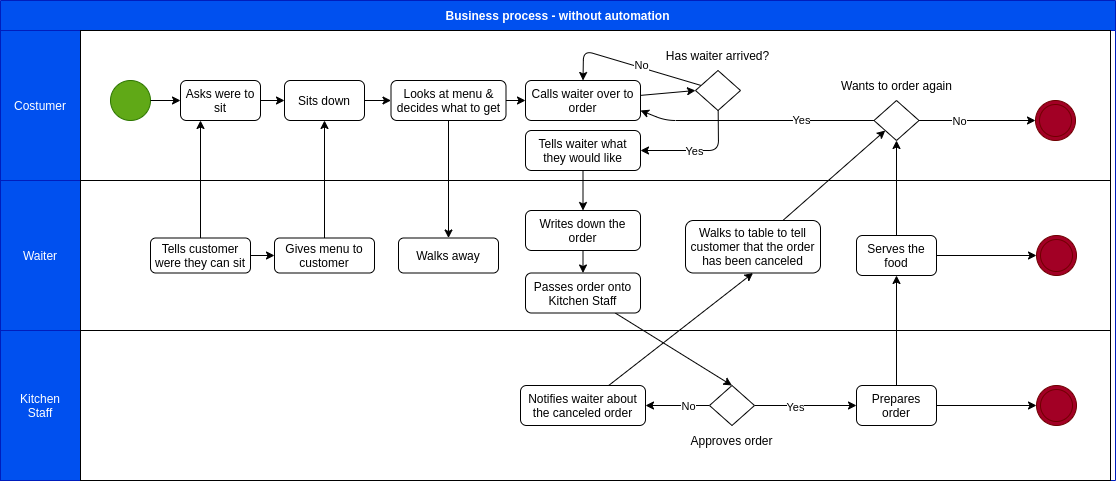
The draw.io diagram assets/business-process-without.png in FHICT-S-Koen/portfolio, before a commit. Source tidied: cells renumbered, new cells last; positions are measured from the earlier drawing's top-left corner, leaving out a move shared by most shapes. Source of this version:
```xml
<mxGraphModel>
  <root>
    <mxCell id="0" />
    <mxCell id="1" parent="0" />
    <mxCell id="2" value="Business process - without automation" style="swimlane;startSize=30;fillColor=#0050ef;fontColor=#ffffff;strokeColor=#001DBC;" parent="1" vertex="1">
      <mxGeometry width="1115" height="480" as="geometry" />
    </mxCell>
    <mxCell id="3" value="Costumer" style="rounded=0;whiteSpace=wrap;html=1;fillColor=#0050ef;fontColor=#ffffff;strokeColor=#001DBC;" parent="2" vertex="1">
      <mxGeometry y="30" width="80" height="150" as="geometry" />
    </mxCell>
    <mxCell id="4" value="Waiter" style="rounded=0;whiteSpace=wrap;html=1;fillColor=#0050ef;fontColor=#ffffff;strokeColor=#001DBC;" parent="2" vertex="1">
      <mxGeometry y="180" width="80" height="150" as="geometry" />
    </mxCell>
    <mxCell id="5" value="Kitchen&lt;br&gt;Staff" style="rounded=0;whiteSpace=wrap;html=1;fillColor=#0050ef;fontColor=#ffffff;strokeColor=#001DBC;" parent="2" vertex="1">
      <mxGeometry y="330" width="80" height="150" as="geometry" />
    </mxCell>
    <mxCell id="6" style="rounded=0;whiteSpace=wrap;html=1;" parent="2" vertex="1">
      <mxGeometry x="80" y="30" width="1030" height="150" as="geometry" />
    </mxCell>
    <mxCell id="7" style="ellipse;whiteSpace=wrap;html=1;fillColor=#60a917;fontColor=#ffffff;strokeColor=#2D7600;" parent="2" vertex="1">
      <mxGeometry x="110" y="80" width="40" height="40" as="geometry" />
    </mxCell>
    <mxCell id="8" style="edgeStyle=none;html=1;entryX=0;entryY=0.5;entryDx=0;entryDy=0;" parent="2" edge="1" source="9" target="12">
      <mxGeometry relative="1" as="geometry" />
    </mxCell>
    <mxCell id="9" value="Asks were to sit" style="rounded=1;whiteSpace=wrap;html=1;" parent="2" vertex="1">
      <mxGeometry x="180" y="80" width="80" height="40" as="geometry" />
    </mxCell>
    <mxCell id="10" style="edgeStyle=none;html=1;entryX=0;entryY=0.5;entryDx=0;entryDy=0;" parent="2" edge="1" source="7" target="9">
      <mxGeometry relative="1" as="geometry" />
    </mxCell>
    <mxCell id="11" style="edgeStyle=none;html=1;" parent="2" edge="1" source="12" target="41">
      <mxGeometry relative="1" as="geometry" />
    </mxCell>
    <mxCell id="12" value="Sits down" style="rounded=1;whiteSpace=wrap;html=1;" parent="2" vertex="1">
      <mxGeometry x="284" y="80" width="80" height="40" as="geometry" />
    </mxCell>
    <mxCell id="13" style="rounded=0;whiteSpace=wrap;html=1;" parent="2" vertex="1">
      <mxGeometry x="80" y="180" width="1030" height="150" as="geometry" />
    </mxCell>
    <mxCell id="14" style="rounded=0;whiteSpace=wrap;html=1;" parent="2" vertex="1">
      <mxGeometry x="80" y="330" width="1030" height="150" as="geometry" />
    </mxCell>
    <mxCell id="15" style="edgeStyle=none;html=1;entryX=0;entryY=0.5;entryDx=0;entryDy=0;" parent="2" edge="1" source="19" target="21">
      <mxGeometry relative="1" as="geometry" />
    </mxCell>
    <mxCell id="16" value="No" style="edgeLabel;html=1;align=center;verticalAlign=middle;" parent="15" vertex="1">
      <mxGeometry x="-0.31" relative="1" as="geometry" />
    </mxCell>
    <mxCell id="17" style="edgeStyle=none;html=1;entryX=1;entryY=0.75;entryDx=0;entryDy=0;" parent="2" edge="1" source="19" target="46">
      <mxGeometry relative="1" as="geometry">
        <Array as="points">
          <mxPoint x="665" y="120" />
        </Array>
      </mxGeometry>
    </mxCell>
    <mxCell id="18" value="Yes" style="edgeLabel;html=1;align=center;verticalAlign=middle;" parent="17" vertex="1">
      <mxGeometry x="-0.38" y="-1" relative="1" as="geometry" />
    </mxCell>
    <mxCell id="19" style="rhombus;whiteSpace=wrap;html=1;" parent="2" vertex="1">
      <mxGeometry x="873.5" y="100" width="45" height="40" as="geometry" />
    </mxCell>
    <mxCell id="20" value="Wants to order again" style="text;html=1;strokeColor=none;fillColor=none;align=center;verticalAlign=middle;whiteSpace=wrap;rounded=0;" parent="2" vertex="1">
      <mxGeometry x="839.8" y="70" width="112.5" height="30" as="geometry" />
    </mxCell>
    <mxCell id="21" style="ellipse;shape=doubleEllipse;whiteSpace=wrap;html=1;fillColor=#a20025;fontColor=#ffffff;strokeColor=#6F0000;" parent="2" vertex="1">
      <mxGeometry x="1035" y="100" width="40" height="40" as="geometry" />
    </mxCell>
    <mxCell id="22" style="edgeStyle=none;html=1;" parent="2" edge="1" source="26" target="32">
      <mxGeometry relative="1" as="geometry" />
    </mxCell>
    <mxCell id="23" value="Yes" style="edgeLabel;html=1;align=center;verticalAlign=middle;" parent="22" vertex="1">
      <mxGeometry x="-0.22" y="-1" relative="1" as="geometry" />
    </mxCell>
    <mxCell id="24" style="edgeStyle=none;html=1;entryX=1;entryY=0.5;entryDx=0;entryDy=0;" parent="2" edge="1" source="26" target="50">
      <mxGeometry relative="1" as="geometry" />
    </mxCell>
    <mxCell id="25" value="No" style="edgeLabel;html=1;align=center;verticalAlign=middle;" parent="24" vertex="1">
      <mxGeometry x="-0.34" relative="1" as="geometry" />
    </mxCell>
    <mxCell id="26" style="rhombus;whiteSpace=wrap;html=1;" parent="2" vertex="1">
      <mxGeometry x="709" y="385" width="45" height="40" as="geometry" />
    </mxCell>
    <mxCell id="27" style="ellipse;shape=doubleEllipse;whiteSpace=wrap;html=1;fillColor=#a20025;fontColor=#ffffff;strokeColor=#6F0000;" parent="2" vertex="1">
      <mxGeometry x="1036" y="235" width="40" height="40" as="geometry" />
    </mxCell>
    <mxCell id="28" style="ellipse;shape=doubleEllipse;whiteSpace=wrap;html=1;fillColor=#a20025;fontColor=#ffffff;strokeColor=#6F0000;" parent="2" vertex="1">
      <mxGeometry x="1036" y="385" width="40" height="40" as="geometry" />
    </mxCell>
    <mxCell id="29" value="Approves order" style="text;html=1;strokeColor=none;fillColor=none;align=center;verticalAlign=middle;whiteSpace=wrap;rounded=0;" parent="2" vertex="1">
      <mxGeometry x="675.2" y="425" width="112.5" height="30" as="geometry" />
    </mxCell>
    <mxCell id="30" style="edgeStyle=none;html=1;entryX=0;entryY=0.5;entryDx=0;entryDy=0;" parent="2" edge="1" source="32" target="28">
      <mxGeometry relative="1" as="geometry" />
    </mxCell>
    <mxCell id="31" style="edgeStyle=none;html=1;entryX=0.5;entryY=1;entryDx=0;entryDy=0;" parent="2" edge="1" source="32" target="35">
      <mxGeometry relative="1" as="geometry" />
    </mxCell>
    <mxCell id="32" value="Prepares order" style="rounded=1;whiteSpace=wrap;html=1;" parent="2" vertex="1">
      <mxGeometry x="856" y="385" width="80" height="40" as="geometry" />
    </mxCell>
    <mxCell id="33" style="edgeStyle=none;html=1;entryX=0;entryY=0.5;entryDx=0;entryDy=0;" parent="2" edge="1" source="35" target="27">
      <mxGeometry relative="1" as="geometry" />
    </mxCell>
    <mxCell id="34" style="edgeStyle=none;html=1;entryX=0.5;entryY=1;entryDx=0;entryDy=0;" parent="2" edge="1" source="35" target="19">
      <mxGeometry relative="1" as="geometry" />
    </mxCell>
    <mxCell id="35" value="Serves the food" style="rounded=1;whiteSpace=wrap;html=1;" parent="2" vertex="1">
      <mxGeometry x="856" y="235" width="80" height="40" as="geometry" />
    </mxCell>
    <mxCell id="36" style="edgeStyle=none;html=1;entryX=0;entryY=0.5;entryDx=0;entryDy=0;" parent="2" edge="1" source="38" target="43">
      <mxGeometry relative="1" as="geometry" />
    </mxCell>
    <mxCell id="37" style="edgeStyle=none;html=1;entryX=0.25;entryY=1;entryDx=0;entryDy=0;" parent="2" edge="1" source="38" target="9">
      <mxGeometry relative="1" as="geometry" />
    </mxCell>
    <mxCell id="38" value="Tells customer were they can sit" style="rounded=1;whiteSpace=wrap;html=1;" parent="2" vertex="1">
      <mxGeometry x="150" y="237.5" width="100" height="35" as="geometry" />
    </mxCell>
    <mxCell id="39" style="edgeStyle=none;html=1;entryX=0;entryY=0.5;entryDx=0;entryDy=0;" parent="2" edge="1" source="41" target="46">
      <mxGeometry relative="1" as="geometry" />
    </mxCell>
    <mxCell id="40" style="edgeStyle=none;html=1;" parent="2" edge="1" source="41" target="44">
      <mxGeometry relative="1" as="geometry" />
    </mxCell>
    <mxCell id="41" value="Looks at menu &amp;amp; decides what to get" style="rounded=1;whiteSpace=wrap;html=1;" parent="2" vertex="1">
      <mxGeometry x="390.5" y="80" width="115" height="40" as="geometry" />
    </mxCell>
    <mxCell id="42" style="edgeStyle=none;html=1;entryX=0.5;entryY=1;entryDx=0;entryDy=0;" parent="2" edge="1" source="43" target="12">
      <mxGeometry relative="1" as="geometry" />
    </mxCell>
    <mxCell id="43" value="Gives menu to customer" style="rounded=1;whiteSpace=wrap;html=1;" parent="2" vertex="1">
      <mxGeometry x="274" y="237.5" width="100" height="35" as="geometry" />
    </mxCell>
    <mxCell id="44" value="Walks away" style="rounded=1;whiteSpace=wrap;html=1;" parent="2" vertex="1">
      <mxGeometry x="398" y="237.5" width="100" height="35" as="geometry" />
    </mxCell>
    <mxCell id="45" style="edgeStyle=none;html=1;entryX=0;entryY=0.5;entryDx=0;entryDy=0;" parent="2" edge="1" source="46" target="57">
      <mxGeometry relative="1" as="geometry" />
    </mxCell>
    <mxCell id="46" value="Calls waiter over to order" style="rounded=1;whiteSpace=wrap;html=1;" parent="2" vertex="1">
      <mxGeometry x="525" y="80" width="115" height="40" as="geometry" />
    </mxCell>
    <mxCell id="47" style="edgeStyle=none;html=1;" parent="2" edge="1" source="48" target="52">
      <mxGeometry relative="1" as="geometry" />
    </mxCell>
    <mxCell id="48" value="Tells waiter what they would like" style="rounded=1;whiteSpace=wrap;html=1;" parent="2" vertex="1">
      <mxGeometry x="525" y="130" width="115" height="40" as="geometry" />
    </mxCell>
    <mxCell id="49" style="edgeStyle=none;html=1;entryX=0.5;entryY=1;entryDx=0;entryDy=0;" parent="2" edge="1" source="50" target="60">
      <mxGeometry relative="1" as="geometry" />
    </mxCell>
    <mxCell id="50" value="Notifies waiter about the canceled order" style="rounded=1;whiteSpace=wrap;html=1;" parent="2" vertex="1">
      <mxGeometry x="520" y="385" width="125" height="40" as="geometry" />
    </mxCell>
    <mxCell id="51" style="edgeStyle=none;html=1;" parent="2" edge="1" source="52" target="62">
      <mxGeometry relative="1" as="geometry" />
    </mxCell>
    <mxCell id="52" value="Writes down the order" style="rounded=1;whiteSpace=wrap;html=1;" parent="2" vertex="1">
      <mxGeometry x="525" y="210" width="115" height="40" as="geometry" />
    </mxCell>
    <mxCell id="53" style="edgeStyle=none;html=1;entryX=0.5;entryY=0;entryDx=0;entryDy=0;" parent="2" edge="1" source="57" target="46">
      <mxGeometry relative="1" as="geometry">
        <Array as="points">
          <mxPoint x="583" y="50" />
        </Array>
      </mxGeometry>
    </mxCell>
    <mxCell id="54" value="No" style="edgeLabel;html=1;align=center;verticalAlign=middle;" parent="53" vertex="1">
      <mxGeometry x="-0.49" y="1" relative="1" as="geometry">
        <mxPoint x="-23" y="-10" as="offset" />
      </mxGeometry>
    </mxCell>
    <mxCell id="55" style="edgeStyle=none;html=1;entryX=1;entryY=0.5;entryDx=0;entryDy=0;" parent="2" edge="1" source="57" target="48">
      <mxGeometry relative="1" as="geometry">
        <Array as="points">
          <mxPoint x="718" y="150" />
        </Array>
      </mxGeometry>
    </mxCell>
    <mxCell id="56" value="Yes" style="edgeLabel;html=1;align=center;verticalAlign=middle;" parent="55" vertex="1">
      <mxGeometry x="0.1" relative="1" as="geometry" />
    </mxCell>
    <mxCell id="57" style="rhombus;whiteSpace=wrap;html=1;" parent="2" vertex="1">
      <mxGeometry x="695" y="70" width="45" height="40" as="geometry" />
    </mxCell>
    <mxCell id="58" value="Has waiter arrived?" style="text;html=1;strokeColor=none;fillColor=none;align=center;verticalAlign=middle;whiteSpace=wrap;rounded=0;" parent="2" vertex="1">
      <mxGeometry x="661.2" y="40" width="112.5" height="30" as="geometry" />
    </mxCell>
    <mxCell id="59" style="edgeStyle=none;html=1;entryX=0;entryY=1;entryDx=0;entryDy=0;" parent="2" edge="1" source="60" target="19">
      <mxGeometry relative="1" as="geometry" />
    </mxCell>
    <mxCell id="60" value="Walks to table to tell customer that the order has been canceled" style="rounded=1;whiteSpace=wrap;html=1;" parent="2" vertex="1">
      <mxGeometry x="685" y="220" width="135" height="52.5" as="geometry" />
    </mxCell>
    <mxCell id="61" style="edgeStyle=none;html=1;entryX=0.5;entryY=0;entryDx=0;entryDy=0;" parent="2" edge="1" source="62" target="26">
      <mxGeometry relative="1" as="geometry" />
    </mxCell>
    <mxCell id="62" value="Passes order onto Kitchen Staff" style="rounded=1;whiteSpace=wrap;html=1;" parent="2" vertex="1">
      <mxGeometry x="525" y="272.5" width="115" height="40" as="geometry" />
    </mxCell>
  </root>
</mxGraphModel>
```
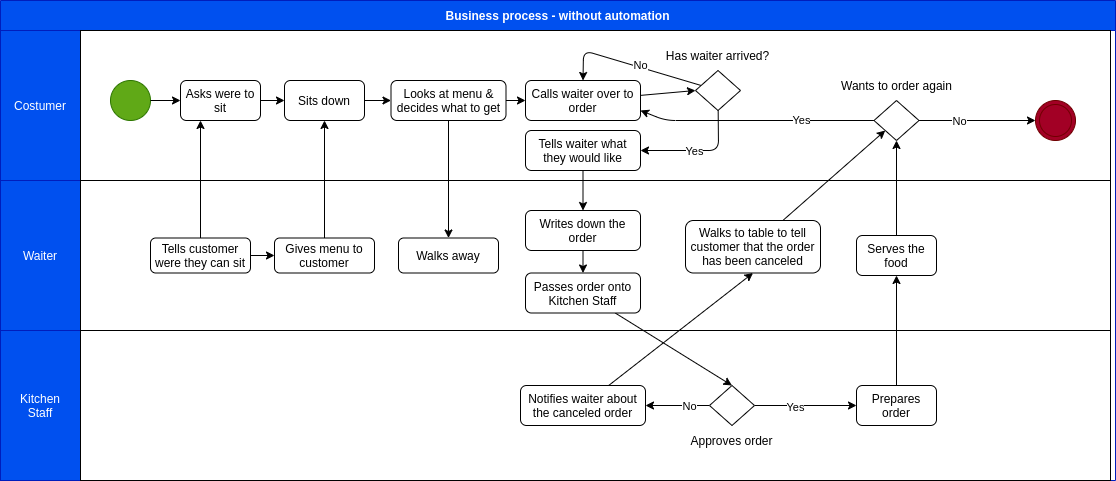
The same diagram one commit later.

Commit message:
Removed unnecessary sequence endings

Change to the diagram source:
```diff
@@ -81,27 +81,15 @@
     <mxCell id="26" style="rhombus;whiteSpace=wrap;html=1;" parent="2" vertex="1">
       <mxGeometry x="709" y="385" width="45" height="40" as="geometry" />
     </mxCell>
-    <mxCell id="27" style="ellipse;shape=doubleEllipse;whiteSpace=wrap;html=1;fillColor=#a20025;fontColor=#ffffff;strokeColor=#6F0000;" parent="2" vertex="1">
-      <mxGeometry x="1036" y="235" width="40" height="40" as="geometry" />
-    </mxCell>
-    <mxCell id="28" style="ellipse;shape=doubleEllipse;whiteSpace=wrap;html=1;fillColor=#a20025;fontColor=#ffffff;strokeColor=#6F0000;" parent="2" vertex="1">
-      <mxGeometry x="1036" y="385" width="40" height="40" as="geometry" />
-    </mxCell>
     <mxCell id="29" value="Approves order" style="text;html=1;strokeColor=none;fillColor=none;align=center;verticalAlign=middle;whiteSpace=wrap;rounded=0;" parent="2" vertex="1">
       <mxGeometry x="675.2" y="425" width="112.5" height="30" as="geometry" />
     </mxCell>
-    <mxCell id="30" style="edgeStyle=none;html=1;entryX=0;entryY=0.5;entryDx=0;entryDy=0;" parent="2" edge="1" source="32" target="28">
-      <mxGeometry relative="1" as="geometry" />
-    </mxCell>
     <mxCell id="31" style="edgeStyle=none;html=1;entryX=0.5;entryY=1;entryDx=0;entryDy=0;" parent="2" edge="1" source="32" target="35">
       <mxGeometry relative="1" as="geometry" />
     </mxCell>
     <mxCell id="32" value="Prepares order" style="rounded=1;whiteSpace=wrap;html=1;" parent="2" vertex="1">
       <mxGeometry x="856" y="385" width="80" height="40" as="geometry" />
     </mxCell>
-    <mxCell id="33" style="edgeStyle=none;html=1;entryX=0;entryY=0.5;entryDx=0;entryDy=0;" parent="2" edge="1" source="35" target="27">
-      <mxGeometry relative="1" as="geometry" />
-    </mxCell>
     <mxCell id="34" style="edgeStyle=none;html=1;entryX=0.5;entryY=1;entryDx=0;entryDy=0;" parent="2" edge="1" source="35" target="19">
       <mxGeometry relative="1" as="geometry" />
     </mxCell>
```
